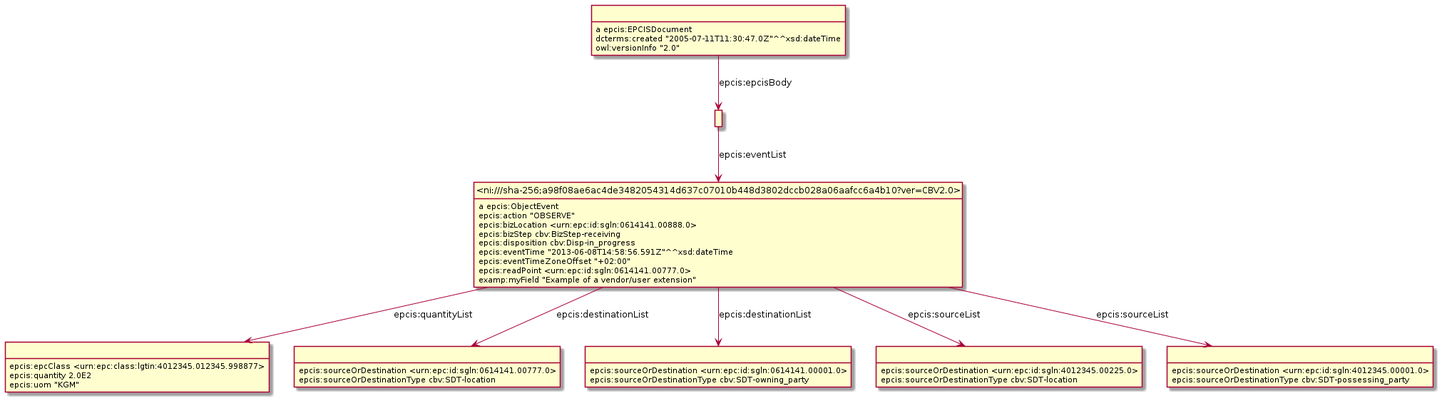
The PlantUML diagram Diagrams/Example_9.6.2-ObjectEvent.png in gs1/EPCIS, before a commit.
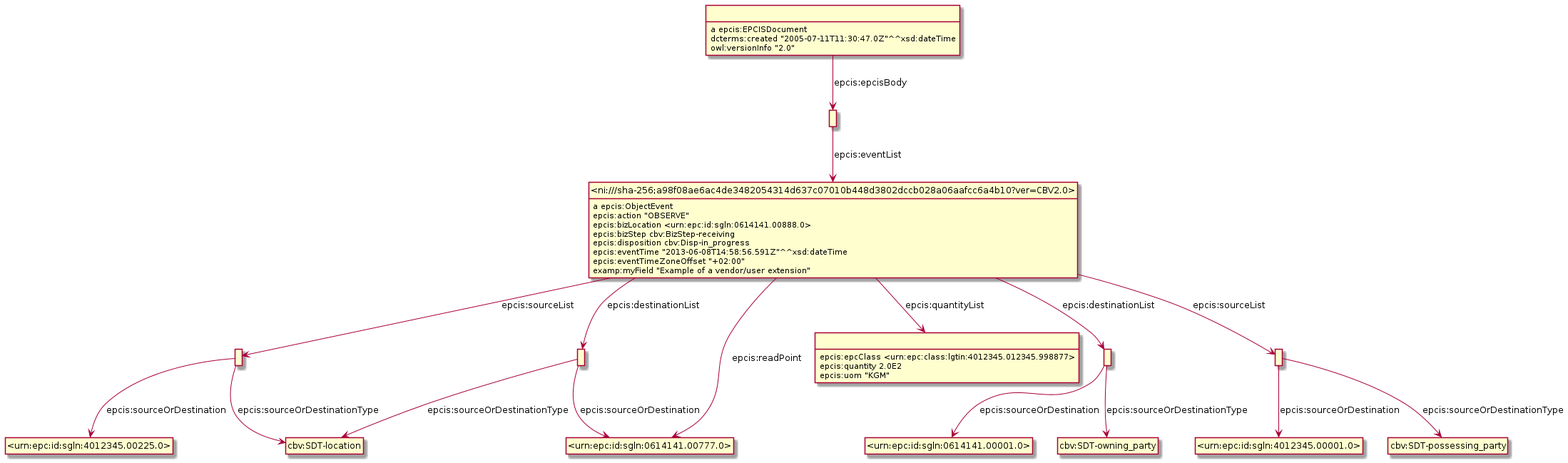
The same diagram one commit later.

The edit, as a diff of the source:
```diff
@@ -3,42 +3,49 @@
 hide empty attributes
 hide circle
 skinparam classAttributeIconSize 0
+class _r1632232125r3_ as " "
+class _urn_epc_id_sgln_4012345_00225_0_ as "<urn:epc:id:sgln:4012345.00225.0>"
+_r1632232125r3_ -down-> _urn_epc_id_sgln_4012345_00225_0_ : epcis:sourceOrDestination
+class cbv_SDT_location as "cbv:SDT-location"
+_r1632232125r3_ -down-> cbv_SDT_location : epcis:sourceOrDestinationType
+class _r1632232125r2_ as " "
+_r1632232125r2_ : epcis:epcClass <urn:epc:class:lgtin:4012345.012345.998877>
+_r1632232125r2_ : epcis:quantity 2.0E2
+_r1632232125r2_ : epcis:uom "KGM"
+class _r1632232125r1_ as " "
+class _urn_epc_id_sgln_0614141_00001_0_ as "<urn:epc:id:sgln:0614141.00001.0>"
+_r1632232125r1_ -down-> _urn_epc_id_sgln_0614141_00001_0_ : epcis:sourceOrDestination
+class cbv_SDT_owning_party as "cbv:SDT-owning_party"
+_r1632232125r1_ -down-> cbv_SDT_owning_party : epcis:sourceOrDestinationType
+class _r1632232125r6_ as " "
 class _ni_sha_256_a98f08ae6ac4de3482054314d637c07010b448d3802dccb028a06aafcc6a4b10_ver_CBV2_0_ as "<ni:///sha-256;a98f08ae6ac4de3482054314d637c07010b448d3802dccb028a06aafcc6a4b10?ver=CBV2.0>"
+_r1632232125r6_ -down-> _ni_sha_256_a98f08ae6ac4de3482054314d637c07010b448d3802dccb028a06aafcc6a4b10_ver_CBV2_0_ : epcis:eventList
 _ni_sha_256_a98f08ae6ac4de3482054314d637c07010b448d3802dccb028a06aafcc6a4b10_ver_CBV2_0_ : a epcis:ObjectEvent
-class _r1631889688r2_ as " "
-_ni_sha_256_a98f08ae6ac4de3482054314d637c07010b448d3802dccb028a06aafcc6a4b10_ver_CBV2_0_ -down-> _r1631889688r2_ : epcis:quantityList
-class _r1631889688r0_ as " "
-_ni_sha_256_a98f08ae6ac4de3482054314d637c07010b448d3802dccb028a06aafcc6a4b10_ver_CBV2_0_ -down-> _r1631889688r0_ : epcis:destinationList
-class _r1631889688r1_ as " "
-_ni_sha_256_a98f08ae6ac4de3482054314d637c07010b448d3802dccb028a06aafcc6a4b10_ver_CBV2_0_ -down-> _r1631889688r1_ : epcis:destinationList
-class _r1631889688r3_ as " "
-_ni_sha_256_a98f08ae6ac4de3482054314d637c07010b448d3802dccb028a06aafcc6a4b10_ver_CBV2_0_ -down-> _r1631889688r3_ : epcis:sourceList
-class _r1631889688r4_ as " "
-_ni_sha_256_a98f08ae6ac4de3482054314d637c07010b448d3802dccb028a06aafcc6a4b10_ver_CBV2_0_ -down-> _r1631889688r4_ : epcis:sourceList
+class _urn_epc_id_sgln_0614141_00777_0_ as "<urn:epc:id:sgln:0614141.00777.0>"
+_ni_sha_256_a98f08ae6ac4de3482054314d637c07010b448d3802dccb028a06aafcc6a4b10_ver_CBV2_0_ -down-> _urn_epc_id_sgln_0614141_00777_0_ : epcis:readPoint
+_ni_sha_256_a98f08ae6ac4de3482054314d637c07010b448d3802dccb028a06aafcc6a4b10_ver_CBV2_0_ -down-> _r1632232125r3_ : epcis:sourceList
+_ni_sha_256_a98f08ae6ac4de3482054314d637c07010b448d3802dccb028a06aafcc6a4b10_ver_CBV2_0_ -down-> _r1632232125r2_ : epcis:quantityList
+_ni_sha_256_a98f08ae6ac4de3482054314d637c07010b448d3802dccb028a06aafcc6a4b10_ver_CBV2_0_ -down-> _r1632232125r1_ : epcis:destinationList
+class _r1632232125r4_ as " "
+_ni_sha_256_a98f08ae6ac4de3482054314d637c07010b448d3802dccb028a06aafcc6a4b10_ver_CBV2_0_ -down-> _r1632232125r4_ : epcis:sourceList
+class _r1632232125r0_ as " "
+_ni_sha_256_a98f08ae6ac4de3482054314d637c07010b448d3802dccb028a06aafcc6a4b10_ver_CBV2_0_ -down-> _r1632232125r0_ : epcis:destinationList
 _ni_sha_256_a98f08ae6ac4de3482054314d637c07010b448d3802dccb028a06aafcc6a4b10_ver_CBV2_0_ : epcis:action "OBSERVE"
 _ni_sha_256_a98f08ae6ac4de3482054314d637c07010b448d3802dccb028a06aafcc6a4b10_ver_CBV2_0_ : epcis:bizLocation <urn:epc:id:sgln:0614141.00888.0>
 _ni_sha_256_a98f08ae6ac4de3482054314d637c07010b448d3802dccb028a06aafcc6a4b10_ver_CBV2_0_ : epcis:bizStep cbv:BizStep-receiving
 _ni_sha_256_a98f08ae6ac4de3482054314d637c07010b448d3802dccb028a06aafcc6a4b10_ver_CBV2_0_ : epcis:disposition cbv:Disp-in_progress
 _ni_sha_256_a98f08ae6ac4de3482054314d637c07010b448d3802dccb028a06aafcc6a4b10_ver_CBV2_0_ : epcis:eventTime "2013-06-08T14:58:56.591Z"^^xsd:dateTime
 _ni_sha_256_a98f08ae6ac4de3482054314d637c07010b448d3802dccb028a06aafcc6a4b10_ver_CBV2_0_ : epcis:eventTimeZoneOffset "+02:00"
-_ni_sha_256_a98f08ae6ac4de3482054314d637c07010b448d3802dccb028a06aafcc6a4b10_ver_CBV2_0_ : epcis:readPoint <urn:epc:id:sgln:0614141.00777.0>
 _ni_sha_256_a98f08ae6ac4de3482054314d637c07010b448d3802dccb028a06aafcc6a4b10_ver_CBV2_0_ : examp:myField "Example of a vendor/user extension"
-class _r1631889688r6_ as " "
-_r1631889688r6_ -down-> _ni_sha_256_a98f08ae6ac4de3482054314d637c07010b448d3802dccb028a06aafcc6a4b10_ver_CBV2_0_ : epcis:eventList
-_r1631889688r2_ : epcis:epcClass <urn:epc:class:lgtin:4012345.012345.998877>
-_r1631889688r2_ : epcis:quantity 2.0E2
-_r1631889688r2_ : epcis:uom "KGM"
-class _r1631889688r5_ as " "
-_r1631889688r5_ : a epcis:EPCISDocument
-_r1631889688r5_ -down-> _r1631889688r6_ : epcis:epcisBody
-_r1631889688r5_ : dcterms:created "2005-07-11T11:30:47.0Z"^^xsd:dateTime
-_r1631889688r5_ : owl:versionInfo "2.0"
-_r1631889688r4_ : epcis:sourceOrDestination <urn:epc:id:sgln:4012345.00001.0>
-_r1631889688r4_ : epcis:sourceOrDestinationType cbv:SDT-possessing_party
-_r1631889688r3_ : epcis:sourceOrDestination <urn:epc:id:sgln:4012345.00225.0>
-_r1631889688r3_ : epcis:sourceOrDestinationType cbv:SDT-location
-_r1631889688r1_ : epcis:sourceOrDestination <urn:epc:id:sgln:0614141.00001.0>
-_r1631889688r1_ : epcis:sourceOrDestinationType cbv:SDT-owning_party
-_r1631889688r0_ : epcis:sourceOrDestination <urn:epc:id:sgln:0614141.00777.0>
-_r1631889688r0_ : epcis:sourceOrDestinationType cbv:SDT-location
+_r1632232125r0_ -down-> _urn_epc_id_sgln_0614141_00777_0_ : epcis:sourceOrDestination
+_r1632232125r0_ -down-> cbv_SDT_location : epcis:sourceOrDestinationType
+class _urn_epc_id_sgln_4012345_00001_0_ as "<urn:epc:id:sgln:4012345.00001.0>"
+_r1632232125r4_ -down-> _urn_epc_id_sgln_4012345_00001_0_ : epcis:sourceOrDestination
+class cbv_SDT_possessing_party as "cbv:SDT-possessing_party"
+_r1632232125r4_ -down-> cbv_SDT_possessing_party : epcis:sourceOrDestinationType
+class _r1632232125r5_ as " "
+_r1632232125r5_ : a epcis:EPCISDocument
+_r1632232125r5_ -down-> _r1632232125r6_ : epcis:epcisBody
+_r1632232125r5_ : dcterms:created "2005-07-11T11:30:47.0Z"^^xsd:dateTime
+_r1632232125r5_ : owl:versionInfo "2.0"
 @enduml
```
